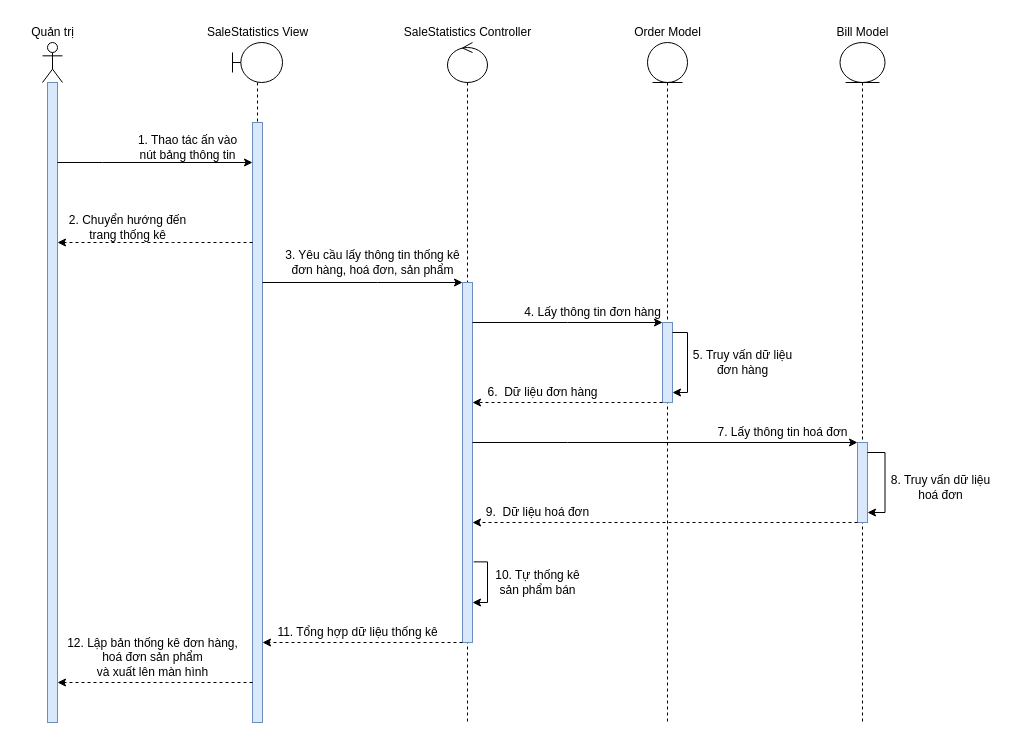
Above: Nam3_HK1/CNPM_SoftTech/Sequence Diagrams/Linh Quân/SD_ThốngKêMuaBán.drawio in EdgarIgnite16/SGU-Course (draw.io), before the change. Source tidied: cells renumbered, new cells numbered last; positions are measured from the earlier drawing's top-left corner, leaving out a move shared by most shapes. Both pictures are drawn from the tidied source at 100%, with x=0, y=0 at pixel (17, 17).
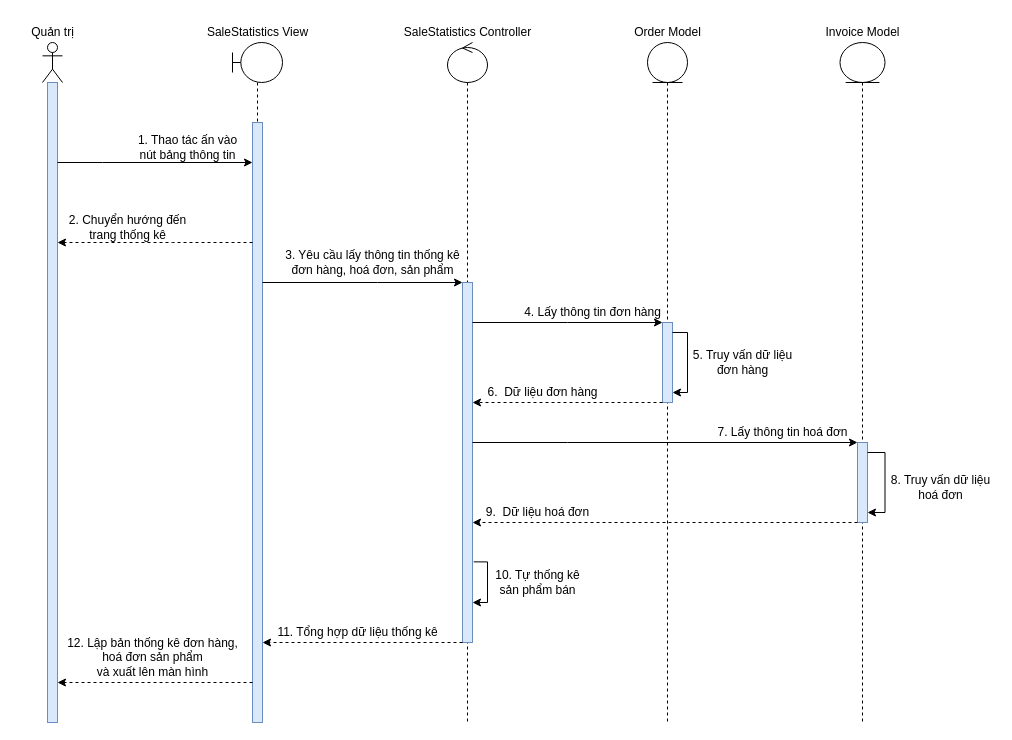
Above is the later version.

What changed in the source:
```diff
@@
-    <mxCell id="25" value="Bill Model" style="text;html=1;align=center;verticalAlign=middle;strokeColor=none;fillColor=none;" parent="1" vertex="1">
-      <mxGeometry x="810" y="5" width="70" height="20" as="geometry" />
+    <mxCell id="25" value="Invoice Model" style="text;html=1;align=center;verticalAlign=middle;strokeColor=none;fillColor=none;" parent="1" vertex="1">
+      <mxGeometry x="800" y="5" width="90" height="20" as="geometry" />
     </mxCell>
```
